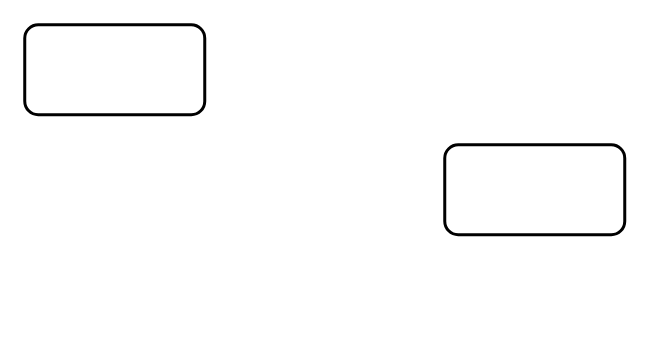
Earlier version of the draw.io diagram Netty相关知识.drawio (zhangtong0512/drawio). Source tidied: cells renumbered, new cells numbered last; positions are measured from the earlier drawing's top-left corner, leaving out a move shared by most shapes. Both pictures are drawn from the tidied source at 150%, with x=0, y=0 at pixel (24, 24).
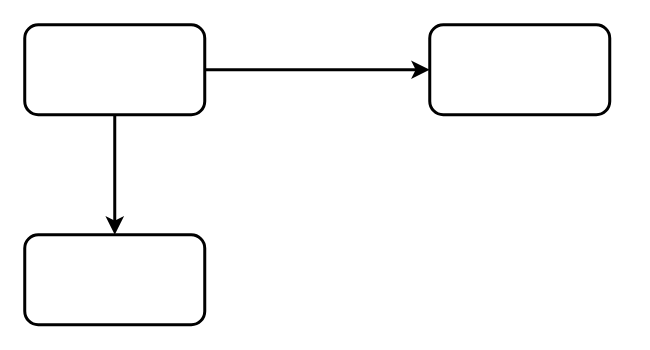
After the change.

Commit message (it also covers changes not shown here):
更新Netty相关知识.drawio

Diff of the diagram source:
```diff
@@
 <mxGraphModel>
   <root>
     <mxCell id="0" />
     <mxCell id="1" parent="0" />
+    <mxCell id="4" style="edgeStyle=orthogonalEdgeStyle;rounded=0;jettySize=auto;html=1;entryX=0.5;entryY=0;entryDx=0;entryDy=0;strokeWidth=2;" parent="1" edge="1" source="2" target="6">
+      <mxGeometry relative="1" as="geometry" />
+    </mxCell>
+    <mxCell id="5" style="edgeStyle=orthogonalEdgeStyle;rounded=0;jettySize=auto;html=1;strokeWidth=2;" parent="1" edge="1" source="2" target="3">
+      <mxGeometry relative="1" as="geometry" />
+    </mxCell>
     <mxCell id="2" style="rounded=1;whiteSpace=wrap;html=1;strokeWidth=2;" parent="1" vertex="1">
       <mxGeometry width="120" height="60" as="geometry" />
     </mxCell>
     <mxCell id="3" style="rounded=1;whiteSpace=wrap;html=1;sketch=0;strokeWidth=2;" parent="1" vertex="1">
-      <mxGeometry x="280" y="80" width="120" height="60" as="geometry" />
+      <mxGeometry x="270" width="120" height="60" as="geometry" />
     </mxCell>
+    <mxCell id="6" style="rounded=1;whiteSpace=wrap;html=1;strokeWidth=2;" parent="1" vertex="1">
+      <mxGeometry y="140" width="120" height="60" as="geometry" />
+    </mxCell>
   </root>
 </mxGraphModel>
```
